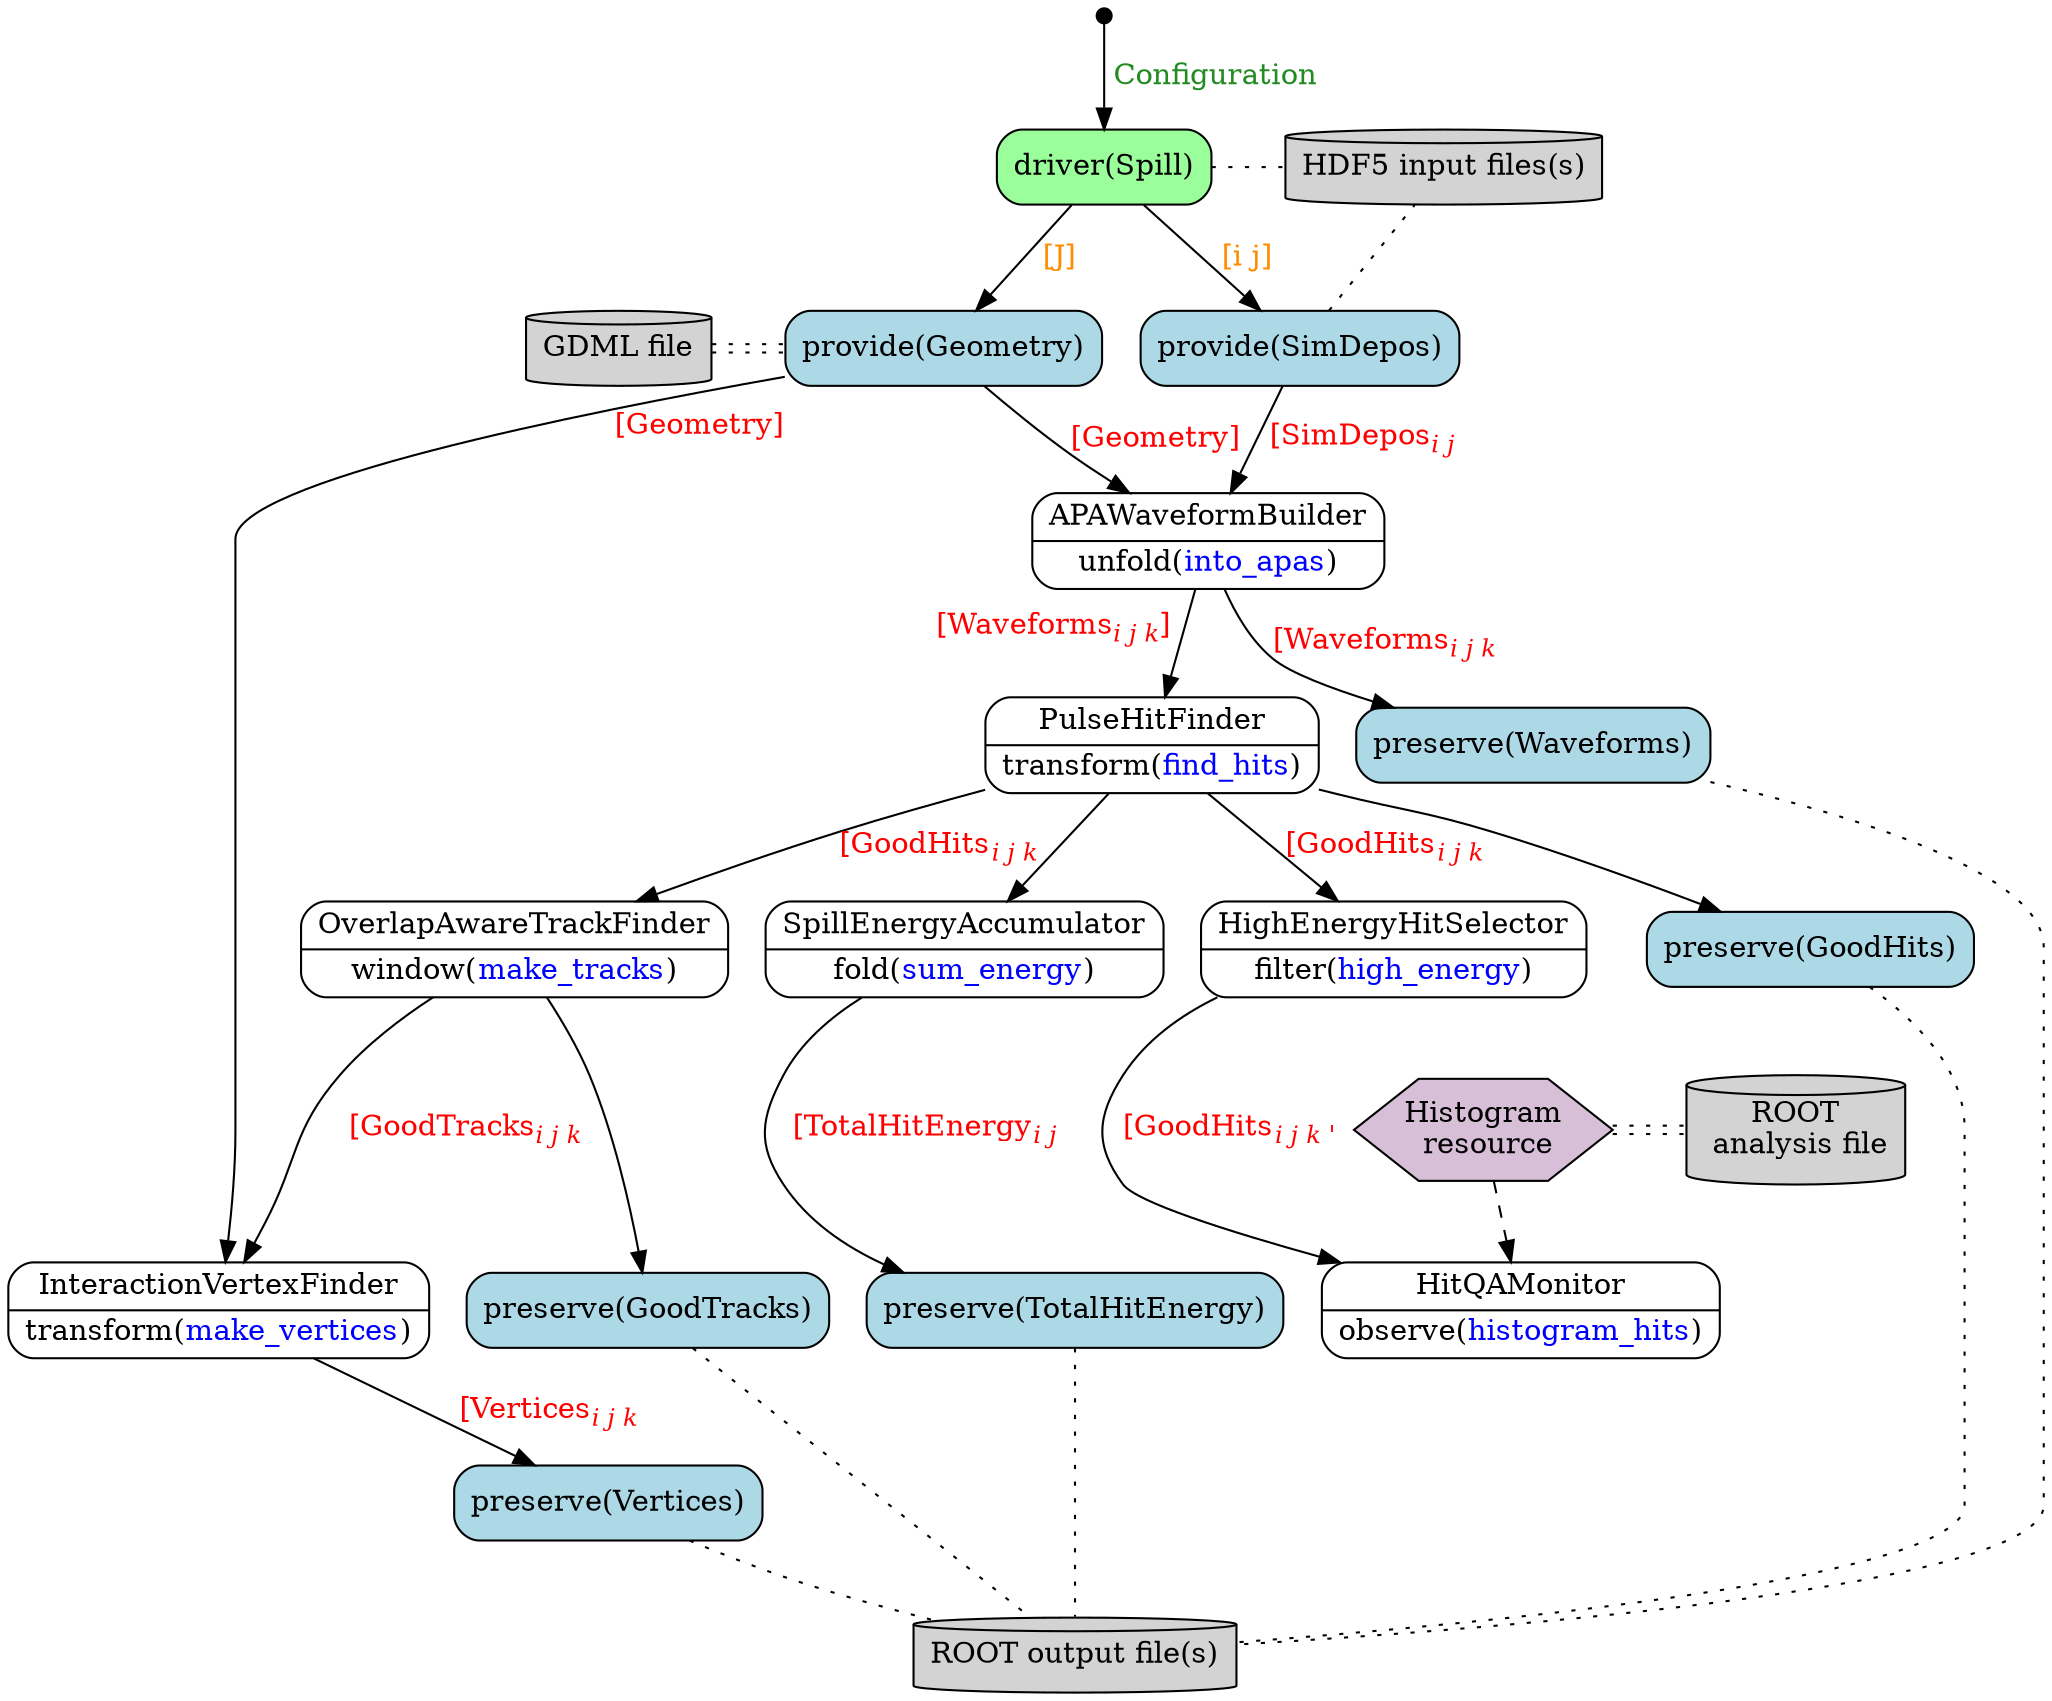
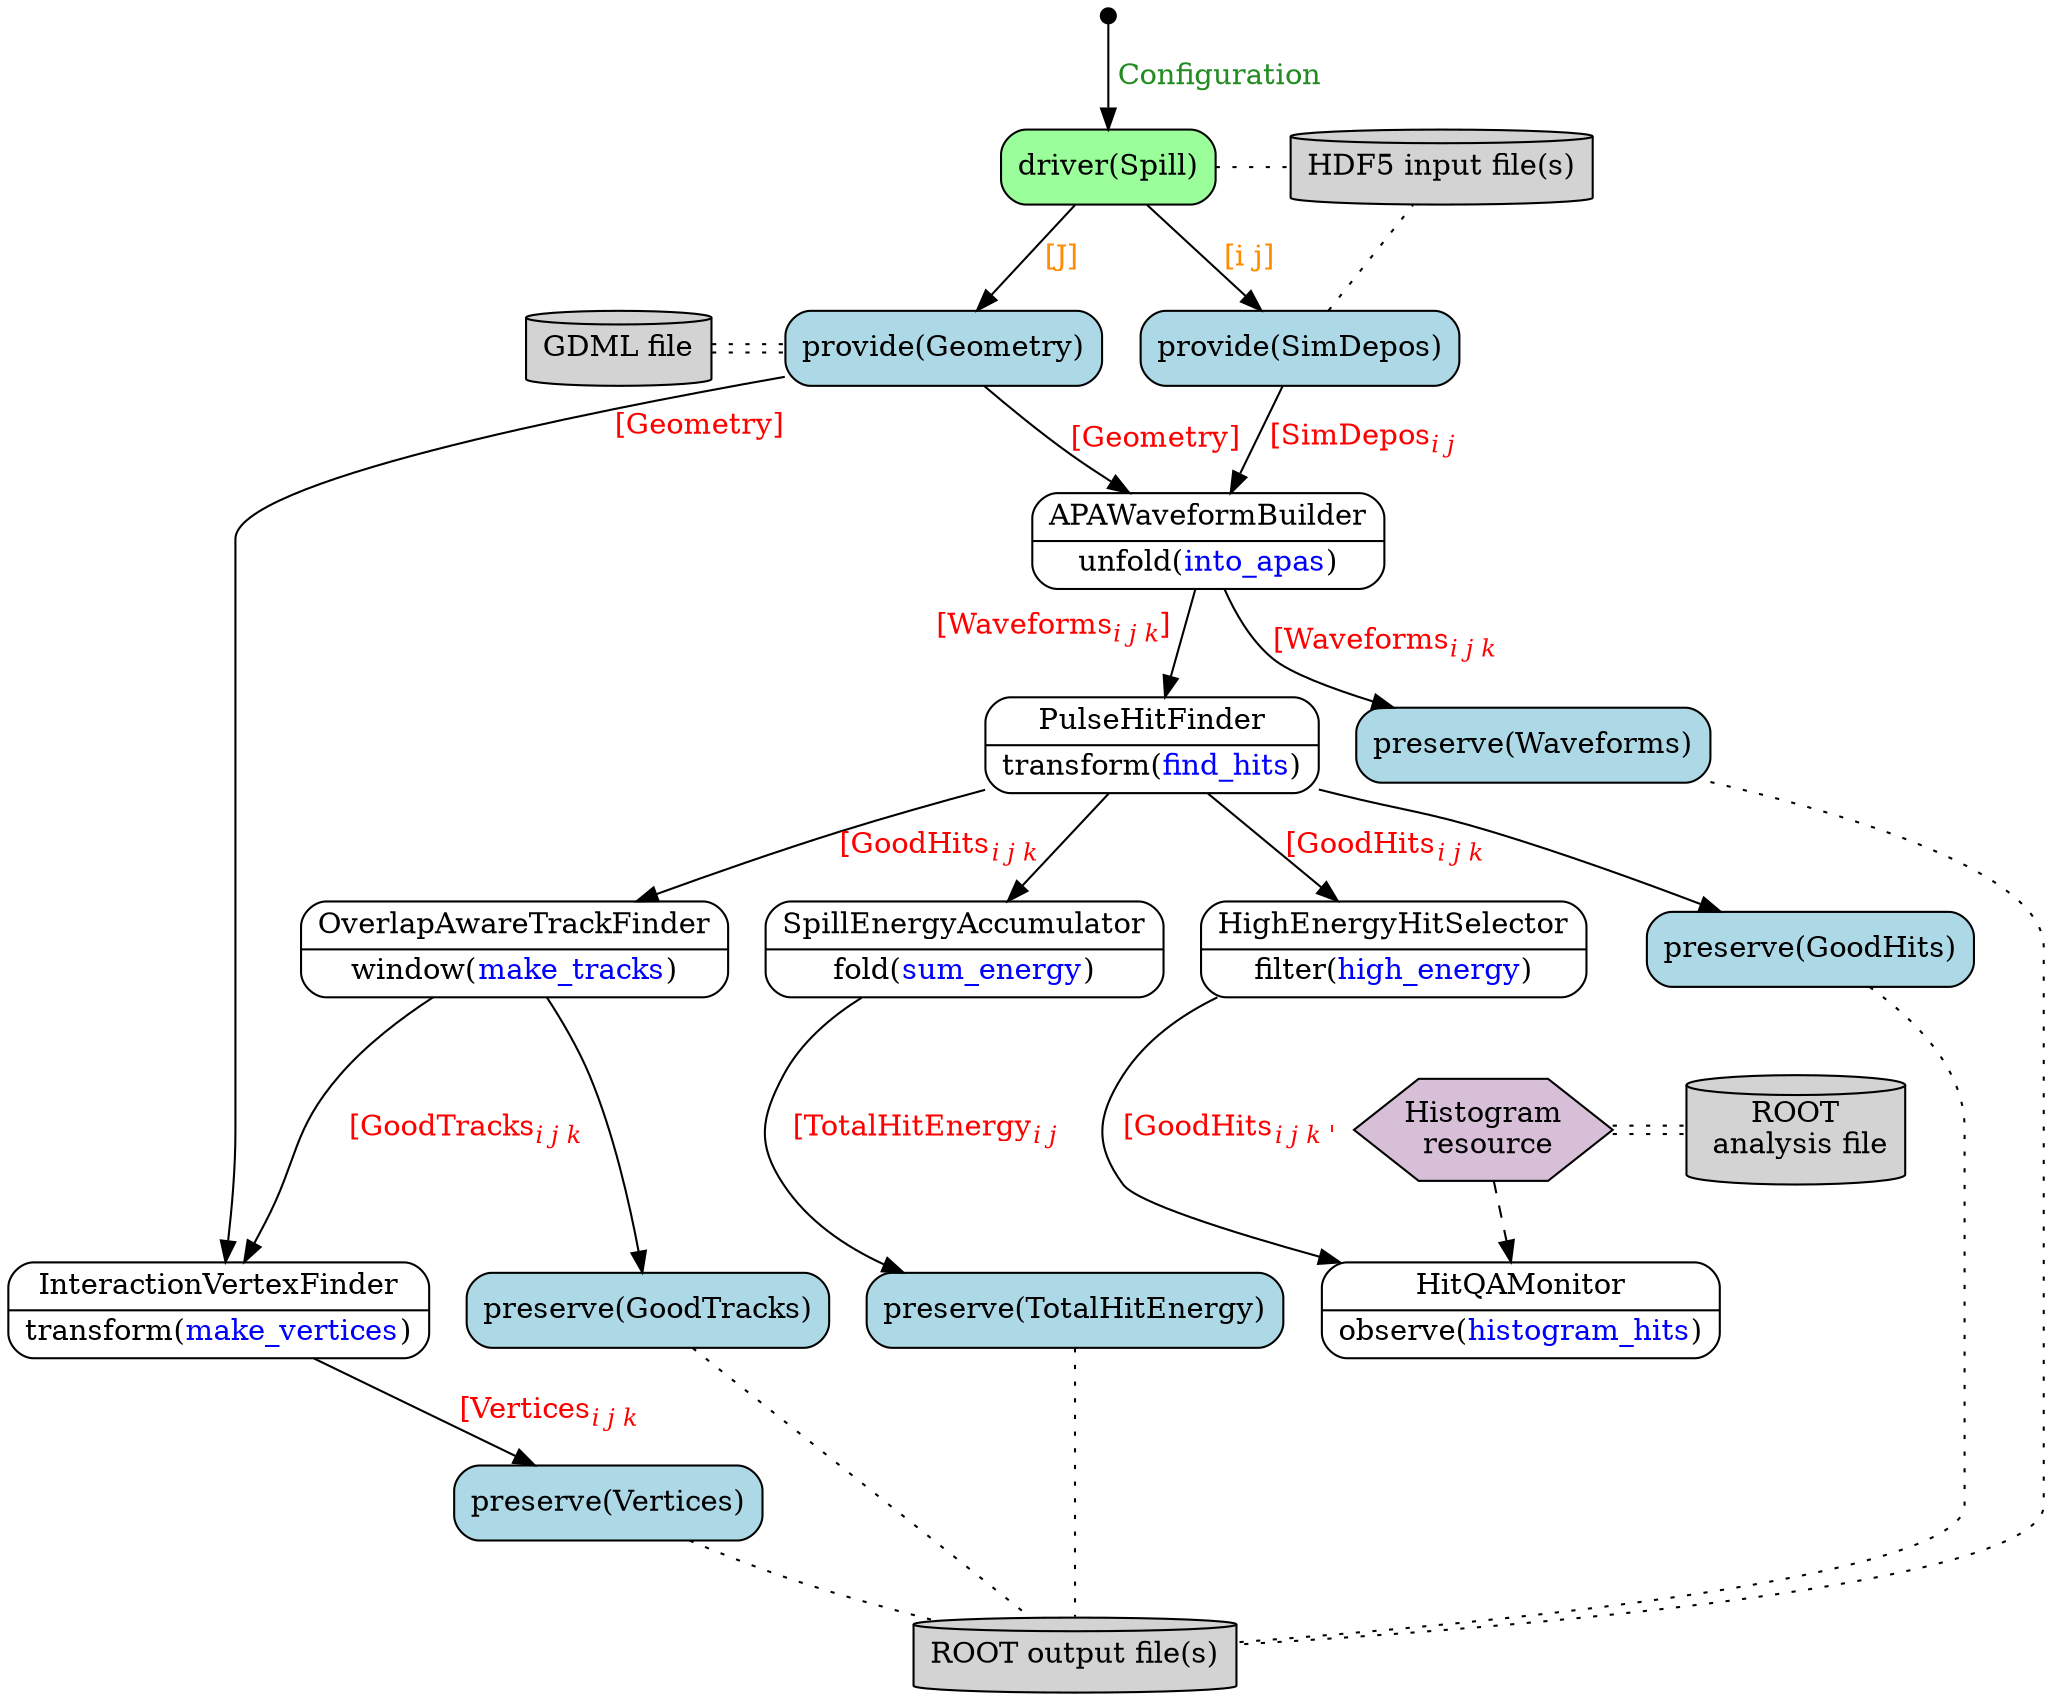
digraph {
  node [shape="box", style="rounded"]
  edge [fontcolor="red"];

  start [shape="point", width=0.1];
  unfold_into_apas [shape=Mrecord, label=<{APAWaveformBuilder|unfold(<font color="blue">into_apas</font>)}>];
  transform_find_hits [shape=Mrecord, label=<{PulseHitFinder|transform(<font color="blue">find_hits</font>)}>];
  filter_high_energy [shape=Mrecord, label=<{HighEnergyHitSelector|filter(<font color="blue">high_energy</font>)}>];
  window_make_tracks [shape=Mrecord, label=<{OverlapAwareTrackFinder|window(<font color="blue">make_tracks</font>)}>];
  out [label="ROOT output file(s)", shape="cylinder", style="filled", fillcolor="lightgray"];

  observe_histogram_hits [shape=Mrecord, label=<{HitQAMonitor|observe(<font color="blue">histogram_hits</font>)}>];
  transform_make_vertices [shape=Mrecord, label=<{InteractionVertexFinder|transform(<font color="blue">make_vertices</font>)}>];
  fold_total_energy [shape=Mrecord, label=<{SpillEnergyAccumulator|fold(<font color="blue">sum_energy</font>)}>];

  // Histogram resource
  resource [label=<Histogram<br/> resource>,
            shape=hexagon,
            style=filled,
            fillcolor=thistle,
            margin=0];
  root [label=<ROOT<br/> analysis file>, style=filled, shape=cylinder];

  gdml [label="GDML file", shape="cylinder", style="filled", fillcolor="lightgray"]
  driver [label="driver(Spill)", style="rounded,filled",fillcolor="palegreen1"];
-   input [label="HDF5 input files(s)", shape="cylinder", style="filled", fillcolor="lightgray"];
+   input [label="HDF5 input file(s)", shape="cylinder", style="filled", fillcolor="lightgray"];

  // Providers
  geometry_provider [label="provide(Geometry)", style="filled,rounded", fillcolor="lightblue"];
  sim_depos_provider [label="provide(SimDepos)", style="filled,rounded" fillcolor="lightblue"];

  // preservers
  waveforms_preserver [label="preserve(Waveforms)", style="filled,rounded", fillcolor="lightblue"];
  total_energy_preserver [label="preserve(TotalHitEnergy)", style="filled,rounded", fillcolor="lightblue"];
  tracks_preserver [label="preserve(GoodTracks)", style="filled,rounded", fillcolor="lightblue"];
  vertices_preserver [label="preserve(Vertices)", style="filled,rounded", fillcolor="lightblue"];
  hits_preserver [label="preserve(GoodHits)", style="filled,rounded" fillcolor="lightblue"];

  start -> driver [label=" Configuration", fontcolor="forestgreen"];
  driver -> input [style="dotted", arrowhead=none];
  driver -> geometry_provider [label=" [J]", fontcolor="darkorange"];
  driver -> sim_depos_provider [label=< [i j]>, fontcolor="darkorange"];

  gdml -> geometry_provider [arrowhead=none, style="dotted", color="black:invis:black"];
  resource -> root [arrowhead=none, style="dotted", color="black:invis:black"];

  sim_depos_provider -> input [style="dotted", arrowhead=none];
  sim_depos_provider -> unfold_into_apas [label=< [SimDepos<sub><i>i j</i></sub>]>];

  geometry_provider -> unfold_into_apas [label=<[Geometry]>];
  geometry_provider -> transform_make_vertices [taillabel=<[Geometry]>, labeldistance=4.7, labelangle=20];

  unfold_into_apas -> transform_find_hits [xlabel=<[Waveforms<sub><i>i j k</i></sub>] >];
  unfold_into_apas -> waveforms_preserver [label=<[Waveforms<sub><i>i j k</i></sub>]>];

  transform_find_hits -> filter_high_energy [label=<[GoodHits<sub><i>i j k</i></sub>]>];
  transform_find_hits -> hits_preserver;
  transform_find_hits -> window_make_tracks [label=<[GoodHits<sub><i>i j k</i></sub>]>];
  transform_find_hits -> fold_total_energy;

  window_make_tracks -> transform_make_vertices [label=< [GoodTracks<sub><i>i j k</i></sub>]>];
  window_make_tracks -> tracks_preserver;

  transform_make_vertices -> vertices_preserver [label=< [Vertices<sub><i>i j k</i></sub>]>];

  fold_total_energy -> total_energy_preserver [label=< [TotalHitEnergy<sub><i>i j</i></sub>]>];

  filter_high_energy -> observe_histogram_hits [label=<[GoodHits<sub><i>i j k</i> '</sub>]>];

  resource -> observe_histogram_hits [style="dashed"];

  { total_energy_preserver, waveforms_preserver, hits_preserver, tracks_preserver, vertices_preserver } -> out [style="dotted", arrowhead=none]

  // Making the graph layout better
  { rank=same; driver; input; }
  { rank=same; resource; root; }
  { rank=same; gdml; geometry_provider; sim_depos_provider; }
  { rank=same; window_make_tracks; hits_preserver; fold_total_energy; filter_high_energy; }
  { rank=same; transform_make_vertices; observe_histogram_hits; tracks_preserver; total_energy_preserver; }

  // The following edges do not denote any formal relationships; they are intended for influencing the layout.
  edge [style="invis"]
  input -> waveforms_preserver;
  filter_high_energy -> resource;
}
